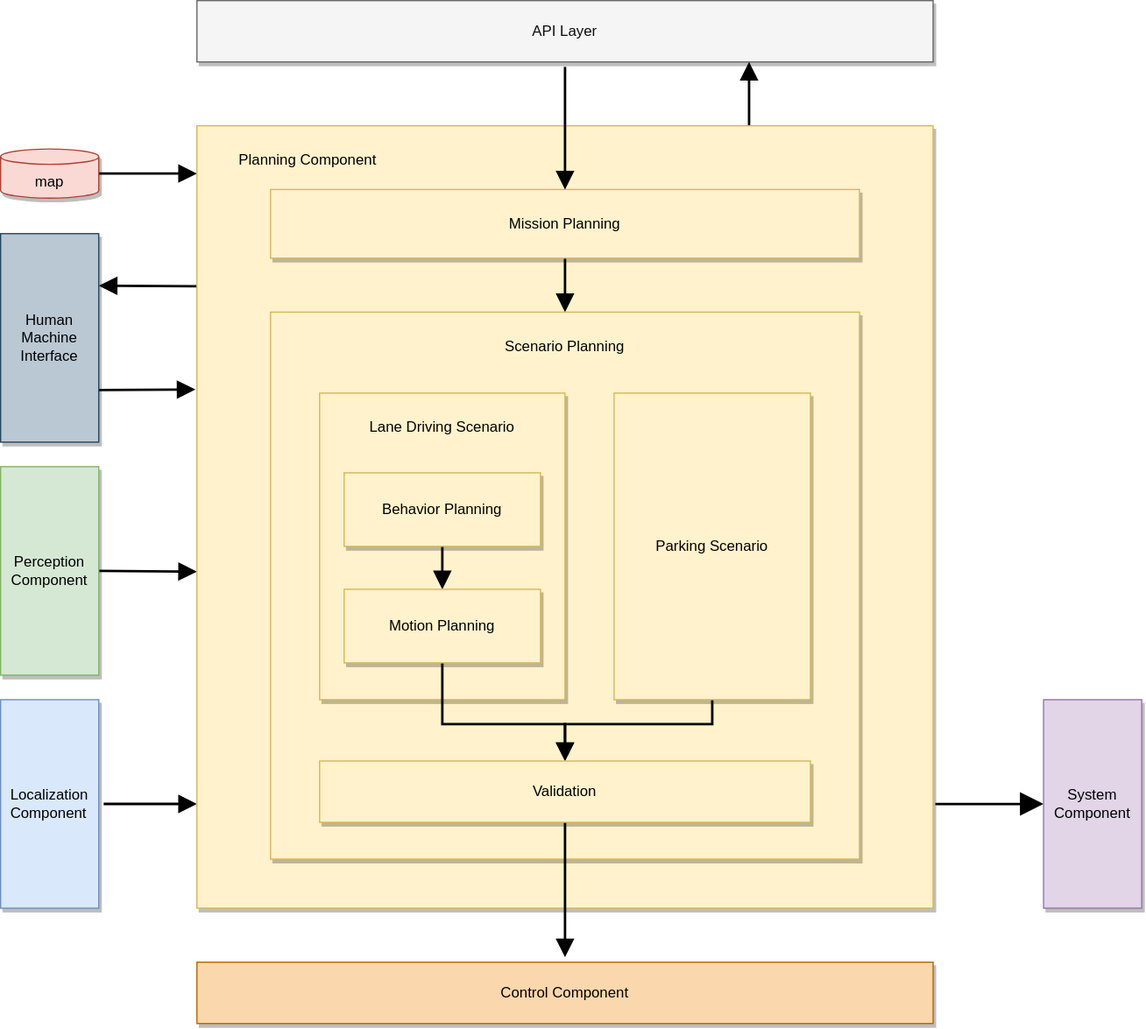
The draw.io diagram docs/design/autoware-architecture/planning/image/high-level-planning-diagram.drawio.svg in autowarefoundation/autoware-documentation, before a commit. Source tidied: cells renumbered, new cells last; positions are measured from the earlier drawing's top-left corner, leaving out a move shared by most shapes.
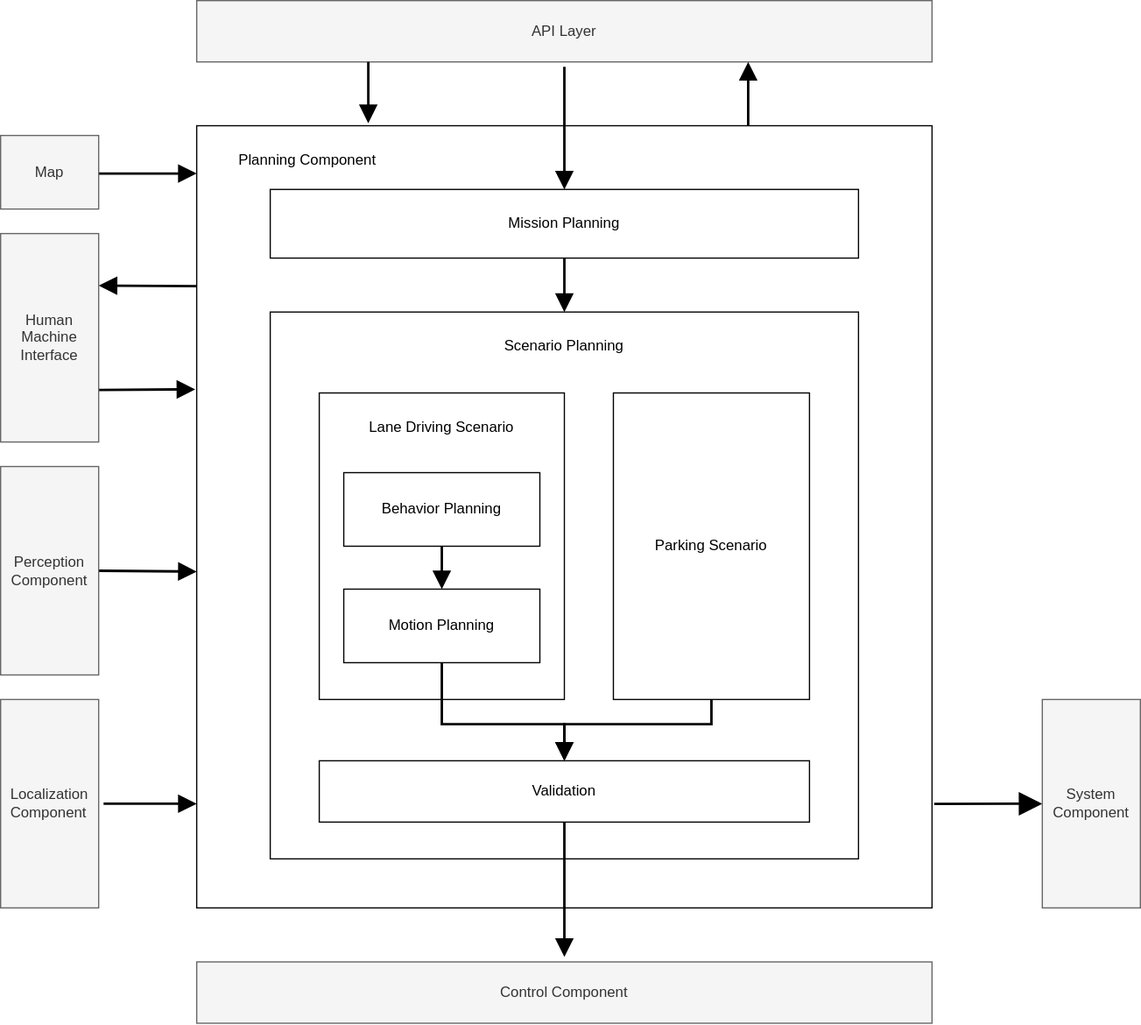
The same diagram one commit later.

What changed in the source:
```diff
@@ -2,14 +2,12 @@
   <root>
     <mxCell id="0" />
     <mxCell id="1" parent="0" />
-    <mxCell id="2" style="rounded=0;sketch=0;jettySize=auto;html=1;exitX=1;exitY=0.5;exitDx=0;exitDy=0;exitPerimeter=0;entryX=0;entryY=0.036;entryDx=0;entryDy=0;entryPerimeter=0;shadow=0;labelBackgroundColor=none;strokeWidth=2;endArrow=block;endFill=1;startSize=10;endSize=10;sourcePerimeterSpacing=4;targetPerimeterSpacing=4;" parent="1" edge="1" source="3">
+    <mxCell id="2" style="rounded=0;sketch=0;orthogonalLoop=1;jettySize=auto;html=1;exitX=1;exitY=0.5;exitDx=0;exitDy=0;exitPerimeter=0;entryX=0;entryY=0.036;entryDx=0;entryDy=0;entryPerimeter=0;shadow=0;labelBackgroundColor=none;strokeWidth=2;endArrow=block;endFill=1;startSize=10;endSize=10;sourcePerimeterSpacing=4;targetPerimeterSpacing=4;" parent="1" edge="1">
       <mxGeometry relative="1" as="geometry">
+        <mxPoint x="80" y="141" as="sourcePoint" />
         <mxPoint x="160" y="141" as="targetPoint" />
       </mxGeometry>
     </mxCell>
-    <mxCell id="3" value="map" style="shape=cylinder3;whiteSpace=wrap;html=1;boundedLbl=1;backgroundOutline=1;size=6.231516520182296;verticalAlign=top;labelBackgroundColor=none;shadow=1;fillColor=#fad9d5;strokeColor=#ae4132;" parent="1" vertex="1">
-      <mxGeometry y="121" width="80" height="40" as="geometry" />
-    </mxCell>
     <mxCell id="4" style="edgeStyle=none;rounded=0;sketch=0;jettySize=auto;html=1;entryX=0;entryY=0.868;entryDx=0;entryDy=0;entryPerimeter=0;shadow=0;labelBackgroundColor=none;strokeWidth=2;endArrow=block;endFill=1;startSize=10;endSize=10;sourcePerimeterSpacing=4;targetPerimeterSpacing=4;" parent="1" edge="1" source="5" target="13">
       <mxGeometry relative="1" as="geometry">
         <Array as="points">
@@ -17,13 +15,13 @@
         </Array>
       </mxGeometry>
     </mxCell>
-    <mxCell id="5" value="&lt;div style=&quot;text-align: left&quot;&gt;Localization&lt;/div&gt;&lt;div style=&quot;text-align: left&quot;&gt;Component&lt;/div&gt;" style="rounded=1;whiteSpace=wrap;html=1;comic=0;shadow=1;arcSize=0;labelBackgroundColor=none;fillColor=#dae8fc;strokeColor=#6c8ebf;" parent="1" vertex="1">
+    <mxCell id="5" value="&lt;div style=&quot;text-align: left&quot;&gt;Localization&lt;/div&gt;&lt;div style=&quot;text-align: left&quot;&gt;Component&lt;/div&gt;" style="rounded=1;whiteSpace=wrap;html=1;comic=0;shadow=0;arcSize=0;labelBackgroundColor=none;fillColor=#f5f5f5;fontColor=#333333;strokeColor=#666666;" parent="1" vertex="1">
       <mxGeometry y="570" width="80" height="170" as="geometry" />
     </mxCell>
     <mxCell id="6" style="edgeStyle=none;rounded=0;sketch=0;jettySize=auto;html=1;exitX=1;exitY=0.5;exitDx=0;exitDy=0;entryX=0;entryY=0.57;entryDx=0;entryDy=0;entryPerimeter=0;shadow=0;labelBackgroundColor=none;strokeWidth=2;endArrow=block;endFill=1;startSize=10;endSize=10;sourcePerimeterSpacing=4;targetPerimeterSpacing=4;" parent="1" edge="1" source="7" target="13">
       <mxGeometry relative="1" as="geometry" />
     </mxCell>
-    <mxCell id="7" value="Perception&lt;br&gt;Component" style="rounded=1;whiteSpace=wrap;html=1;comic=0;shadow=1;arcSize=0;labelBackgroundColor=none;fillColor=#d5e8d4;strokeColor=#82b366;" parent="1" vertex="1">
+    <mxCell id="7" value="Perception&lt;br&gt;Component" style="rounded=1;whiteSpace=wrap;html=1;comic=0;shadow=0;arcSize=0;labelBackgroundColor=none;fillColor=#f5f5f5;fontColor=#333333;strokeColor=#666666;" parent="1" vertex="1">
       <mxGeometry y="380" width="80" height="170" as="geometry" />
     </mxCell>
     <mxCell id="8" style="rounded=0;sketch=0;jettySize=auto;html=1;entryX=0.001;entryY=0.205;entryDx=0;entryDy=0;entryPerimeter=0;shadow=0;labelBackgroundColor=none;strokeWidth=2;endArrow=none;endFill=0;startSize=10;endSize=10;sourcePerimeterSpacing=4;targetPerimeterSpacing=4;exitX=1;exitY=0.25;exitDx=0;exitDy=0;startArrow=block;startFill=1;" parent="1" edge="1" source="10" target="13">
@@ -32,28 +30,28 @@
     <mxCell id="9" style="edgeStyle=none;rounded=0;sketch=0;jettySize=auto;html=1;exitX=1;exitY=0.75;exitDx=0;exitDy=0;entryX=-0.002;entryY=0.337;entryDx=0;entryDy=0;entryPerimeter=0;shadow=0;labelBackgroundColor=none;strokeWidth=2;fontColor=#0d0d0d;endArrow=block;endFill=1;startSize=10;endSize=10;sourcePerimeterSpacing=4;targetPerimeterSpacing=4;" parent="1" edge="1" source="10" target="13">
       <mxGeometry relative="1" as="geometry" />
     </mxCell>
-    <mxCell id="10" value="Human&lt;br&gt;Machine&lt;br&gt;Interface" style="rounded=1;whiteSpace=wrap;html=1;labelBackgroundColor=none;verticalAlign=middle;arcSize=0;shadow=1;fillColor=#bac8d3;strokeColor=#23445d;" parent="1" vertex="1">
+    <mxCell id="10" value="Human&lt;br&gt;Machine&lt;br&gt;Interface" style="rounded=1;whiteSpace=wrap;html=1;labelBackgroundColor=none;verticalAlign=middle;arcSize=0;shadow=0;fillColor=#f5f5f5;fontColor=#333333;strokeColor=#666666;" parent="1" vertex="1">
       <mxGeometry y="190" width="80" height="170" as="geometry" />
     </mxCell>
-    <mxCell id="11" value="API Layer" style="rounded=1;whiteSpace=wrap;html=1;labelBackgroundColor=none;verticalAlign=middle;arcSize=0;shadow=1;fillColor=#f5f5f5;strokeColor=#666666;fontColor=#0d0d0d;" parent="1" vertex="1">
+    <mxCell id="11" value="API Layer" style="rounded=1;whiteSpace=wrap;html=1;labelBackgroundColor=none;verticalAlign=middle;arcSize=0;shadow=0;fillColor=#f5f5f5;fontColor=#333333;strokeColor=#666666;" parent="1" vertex="1">
       <mxGeometry x="160" width="600" height="50" as="geometry" />
     </mxCell>
     <mxCell id="12" style="edgeStyle=none;rounded=0;sketch=0;jettySize=auto;html=1;exitX=0.75;exitY=0;exitDx=0;exitDy=0;entryX=0.75;entryY=1;entryDx=0;entryDy=0;shadow=0;labelBackgroundColor=none;strokeWidth=2;fontColor=#0d0d0d;startArrow=none;startFill=0;endArrow=block;endFill=1;startSize=10;endSize=10;sourcePerimeterSpacing=4;targetPerimeterSpacing=4;" parent="1" edge="1" source="13" target="11">
       <mxGeometry relative="1" as="geometry" />
     </mxCell>
-    <mxCell id="13" style="rounded=0;whiteSpace=wrap;html=1;verticalAlign=top;labelBackgroundColor=none;shadow=1;fillColor=#fff2cc;strokeColor=#d6b656;" parent="1" vertex="1">
+    <mxCell id="13" style="rounded=0;whiteSpace=wrap;html=1;verticalAlign=top;labelBackgroundColor=none;shadow=0;" parent="1" vertex="1">
       <mxGeometry x="160" y="102" width="600" height="638" as="geometry" />
     </mxCell>
     <mxCell id="14" style="edgeStyle=none;curved=1;rounded=0;jettySize=auto;html=1;entryX=0.5;entryY=0;entryDx=0;entryDy=0;endArrow=block;startSize=10;endSize=10;sourcePerimeterSpacing=4;targetPerimeterSpacing=4;endFill=1;exitX=0.5;exitY=1;exitDx=0;exitDy=0;labelBackgroundColor=none;shadow=0;strokeWidth=2;" parent="1" edge="1" source="15" target="16">
       <mxGeometry relative="1" as="geometry" />
     </mxCell>
-    <mxCell id="15" value="Mission Planning" style="rounded=0;whiteSpace=wrap;html=1;verticalAlign=middle;labelBackgroundColor=none;shadow=1;fillColor=#fff2cc;strokeColor=#d6b656;" parent="1" vertex="1">
+    <mxCell id="15" value="Mission Planning" style="rounded=0;whiteSpace=wrap;html=1;verticalAlign=middle;labelBackgroundColor=none;shadow=0;" parent="1" vertex="1">
       <mxGeometry x="220" y="154" width="480" height="56" as="geometry" />
     </mxCell>
-    <mxCell id="16" value="&lt;br&gt;Scenario Planning" style="rounded=0;whiteSpace=wrap;html=1;verticalAlign=top;labelBackgroundColor=none;shadow=1;fillColor=#fff2cc;strokeColor=#d6b656;" parent="1" vertex="1">
+    <mxCell id="16" value="&lt;br&gt;Scenario Planning" style="rounded=0;whiteSpace=wrap;html=1;verticalAlign=top;labelBackgroundColor=none;shadow=0;" parent="1" vertex="1">
       <mxGeometry x="220" y="254" width="480" height="446" as="geometry" />
     </mxCell>
-    <mxCell id="17" value="&lt;br&gt;Lane Driving Scenario" style="rounded=0;whiteSpace=wrap;html=1;verticalAlign=top;labelBackgroundColor=none;shadow=1;fillColor=#fff2cc;strokeColor=#d6b656;" parent="1" vertex="1">
+    <mxCell id="17" value="&lt;br&gt;Lane Driving Scenario" style="rounded=0;whiteSpace=wrap;html=1;verticalAlign=top;labelBackgroundColor=none;shadow=0;" parent="1" vertex="1">
       <mxGeometry x="260" y="320" width="200" height="250" as="geometry" />
     </mxCell>
     <mxCell id="18" style="edgeStyle=orthogonalEdgeStyle;rounded=0;jettySize=auto;html=1;entryX=0.5;entryY=0;entryDx=0;entryDy=0;endArrow=block;endFill=1;startSize=10;endSize=10;sourcePerimeterSpacing=4;targetPerimeterSpacing=4;exitX=0.5;exitY=1;exitDx=0;exitDy=0;labelBackgroundColor=none;shadow=0;strokeWidth=2;" parent="1" edge="1" source="19" target="25">
@@ -64,13 +62,13 @@
         </Array>
       </mxGeometry>
     </mxCell>
-    <mxCell id="19" value="Parking Scenario" style="rounded=0;whiteSpace=wrap;html=1;verticalAlign=middle;labelBackgroundColor=none;shadow=1;fillColor=#fff2cc;strokeColor=#d6b656;" parent="1" vertex="1">
+    <mxCell id="19" value="Parking Scenario" style="rounded=0;whiteSpace=wrap;html=1;verticalAlign=middle;labelBackgroundColor=none;shadow=0;" parent="1" vertex="1">
       <mxGeometry x="500" y="320" width="160" height="250" as="geometry" />
     </mxCell>
     <mxCell id="20" style="edgeStyle=none;curved=1;rounded=0;jettySize=auto;html=1;exitX=0.5;exitY=1;exitDx=0;exitDy=0;entryX=0.5;entryY=0;entryDx=0;entryDy=0;endArrow=block;endFill=1;startSize=14;endSize=10;sourcePerimeterSpacing=8;targetPerimeterSpacing=8;labelBackgroundColor=none;shadow=0;strokeWidth=2;" parent="1" edge="1" source="21" target="23">
       <mxGeometry relative="1" as="geometry" />
     </mxCell>
-    <mxCell id="21" value="Behavior Planning" style="rounded=0;whiteSpace=wrap;html=1;verticalAlign=middle;labelBackgroundColor=none;shadow=1;fillColor=#fff2cc;strokeColor=#d6b656;" parent="1" vertex="1">
+    <mxCell id="21" value="Behavior Planning" style="rounded=0;whiteSpace=wrap;html=1;verticalAlign=middle;labelBackgroundColor=none;shadow=0;" parent="1" vertex="1">
       <mxGeometry x="280" y="385" width="160" height="60" as="geometry" />
     </mxCell>
     <mxCell id="22" style="edgeStyle=orthogonalEdgeStyle;rounded=0;jettySize=auto;html=1;exitX=0.5;exitY=1;exitDx=0;exitDy=0;entryX=0.5;entryY=0;entryDx=0;entryDy=0;endArrow=block;endFill=1;startSize=10;endSize=10;sourcePerimeterSpacing=4;targetPerimeterSpacing=4;labelBackgroundColor=none;shadow=0;strokeWidth=2;" parent="1" edge="1" source="23" target="25">
@@ -81,7 +79,7 @@
         </Array>
       </mxGeometry>
     </mxCell>
-    <mxCell id="23" value="Motion Planning" style="rounded=0;whiteSpace=wrap;html=1;verticalAlign=middle;labelBackgroundColor=none;shadow=1;fillColor=#fff2cc;strokeColor=#d6b656;" parent="1" vertex="1">
+    <mxCell id="23" value="Motion Planning" style="rounded=0;whiteSpace=wrap;html=1;verticalAlign=middle;labelBackgroundColor=none;shadow=0;" parent="1" vertex="1">
       <mxGeometry x="280" y="480" width="160" height="60" as="geometry" />
     </mxCell>
     <mxCell id="24" style="edgeStyle=orthogonalEdgeStyle;rounded=0;jettySize=auto;html=1;exitX=0.5;exitY=1;exitDx=0;exitDy=0;endArrow=block;endFill=1;startSize=10;endSize=10;sourcePerimeterSpacing=4;targetPerimeterSpacing=4;labelBackgroundColor=none;shadow=0;strokeWidth=2;" parent="1" edge="1" source="25">
@@ -89,10 +87,10 @@
         <mxPoint x="460" y="780" as="targetPoint" />
       </mxGeometry>
     </mxCell>
-    <mxCell id="25" value="Validation" style="rounded=0;whiteSpace=wrap;html=1;verticalAlign=middle;labelBackgroundColor=none;shadow=1;fillColor=#fff2cc;strokeColor=#d6b656;" parent="1" vertex="1">
+    <mxCell id="25" value="Validation" style="rounded=0;whiteSpace=wrap;html=1;verticalAlign=middle;labelBackgroundColor=none;shadow=0;" parent="1" vertex="1">
       <mxGeometry x="260" y="620" width="400" height="50" as="geometry" />
     </mxCell>
-    <mxCell id="26" value="Control Component" style="rounded=1;whiteSpace=wrap;html=1;labelBackgroundColor=none;verticalAlign=middle;arcSize=0;shadow=1;fillColor=#fad7ac;strokeColor=#b46504;" parent="1" vertex="1">
+    <mxCell id="26" value="Control Component" style="rounded=1;whiteSpace=wrap;html=1;labelBackgroundColor=none;verticalAlign=middle;arcSize=0;shadow=0;fillColor=#f5f5f5;fontColor=#333333;strokeColor=#666666;" parent="1" vertex="1">
       <mxGeometry x="160" y="784" width="600" height="50" as="geometry" />
     </mxCell>
     <mxCell id="27" value="Planning Component" style="text;html=1;align=center;verticalAlign=middle;labelBackgroundColor=none;shadow=1;" parent="1" vertex="1">
@@ -104,8 +102,17 @@
     <mxCell id="29" style="edgeStyle=none;curved=1;rounded=0;jettySize=auto;html=1;exitX=0;exitY=0.5;exitDx=0;exitDy=0;entryX=1.003;entryY=0.867;entryDx=0;entryDy=0;entryPerimeter=0;strokeWidth=2;endArrow=none;endFill=0;startSize=14;endSize=12;sourcePerimeterSpacing=8;targetPerimeterSpacing=8;startArrow=block;startFill=1;" parent="1" edge="1" source="30" target="13">
       <mxGeometry relative="1" as="geometry" />
     </mxCell>
-    <mxCell id="30" value="&lt;div style=&quot;&quot;&gt;System&lt;/div&gt;&lt;div style=&quot;&quot;&gt;Component&lt;/div&gt;" style="rounded=1;whiteSpace=wrap;html=1;comic=0;shadow=1;arcSize=0;labelBackgroundColor=none;fillColor=#e1d5e7;strokeColor=#9673a6;align=center;" parent="1" vertex="1">
+    <mxCell id="30" value="&lt;div style=&quot;&quot;&gt;System&lt;/div&gt;&lt;div style=&quot;&quot;&gt;Component&lt;/div&gt;" style="rounded=1;whiteSpace=wrap;html=1;comic=0;shadow=0;arcSize=0;labelBackgroundColor=none;align=center;fillColor=#f5f5f5;fontColor=#333333;strokeColor=#666666;" parent="1" vertex="1">
       <mxGeometry x="850" y="570" width="80" height="170" as="geometry" />
     </mxCell>
+    <mxCell id="31" style="edgeStyle=orthogonalEdgeStyle;rounded=0;sketch=0;orthogonalLoop=1;jettySize=auto;html=1;shadow=0;labelBackgroundColor=none;strokeWidth=2;endArrow=block;endFill=1;startSize=10;endSize=10;sourcePerimeterSpacing=4;targetPerimeterSpacing=4;" parent="1" edge="1">
+      <mxGeometry relative="1" as="geometry">
+        <mxPoint x="300" y="50" as="sourcePoint" />
+        <mxPoint x="300" y="100" as="targetPoint" />
+      </mxGeometry>
+    </mxCell>
+    <mxCell id="32" value="Map" style="rounded=1;whiteSpace=wrap;html=1;labelBackgroundColor=none;verticalAlign=middle;arcSize=0;shadow=0;fillColor=#f5f5f5;fontColor=#333333;strokeColor=#666666;" parent="1" vertex="1">
+      <mxGeometry y="110" width="80" height="60" as="geometry" />
+    </mxCell>
   </root>
 </mxGraphModel>
```
